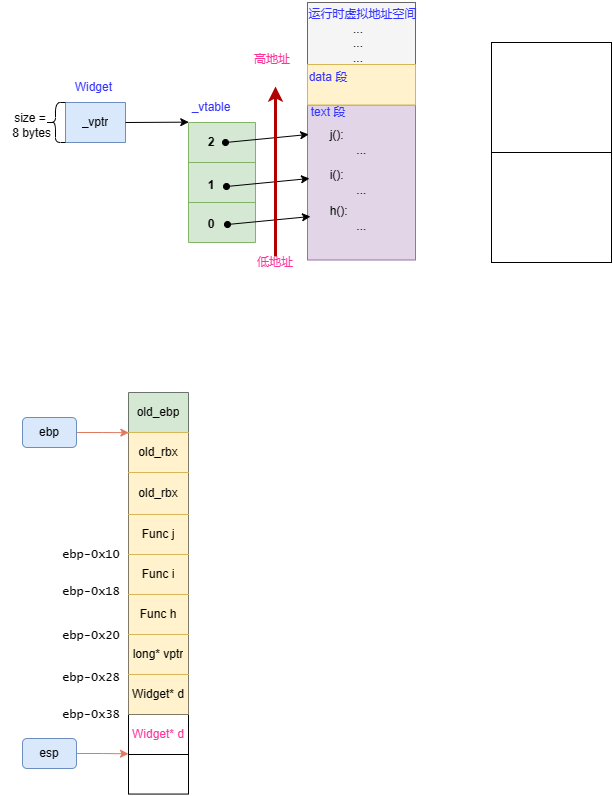
Before: C++对象模型/C++_虚函数表的存储什么.drawio.png, a diagram exported from draw.io (SixPlusAndTimes/drawio). Source tidied: cells renumbered, new cells last; positions are measured from the earlier drawing's top-left corner, leaving out a move shared by most shapes.
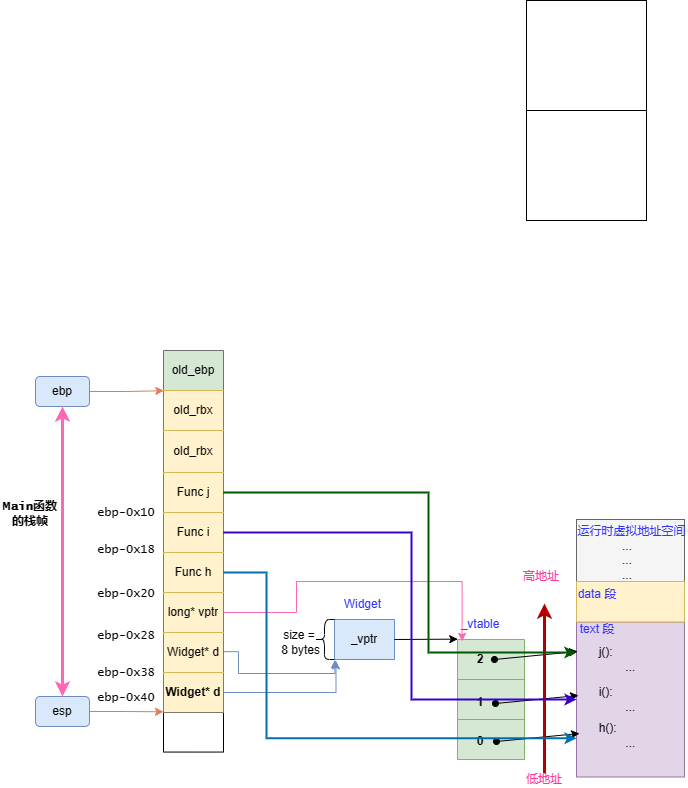
After the change.

Commit message:
更新C++_虚函数表的存储什么.drawio.png

The edit, as a diff of the source:
```diff
@@ -3,7 +3,7 @@
     <mxCell id="0" />
     <mxCell id="1" parent="0" />
     <mxCell id="2" style="group;" parent="1" vertex="1">
-      <mxGeometry x="491" y="42" width="120" height="220" as="geometry" />
+      <mxGeometry x="257" y="-517" width="120" height="220" as="geometry" />
     </mxCell>
     <mxCell id="3" style="rounded=0;whiteSpace=wrap;html=1;" parent="2" vertex="1">
       <mxGeometry width="120" height="220" as="geometry" />
@@ -124,8 +124,17 @@
     <mxCell id="38" value="&lt;div style=&quot;text-align: left;&quot;&gt;&lt;font color=&quot;#000000&quot;&gt;&lt;b&gt;2&lt;/b&gt;&lt;/font&gt;&lt;/div&gt;" style="text;html=1;strokeColor=none;fillColor=none;align=center;verticalAlign=middle;whiteSpace=wrap;rounded=0;fontColor=#3333FF;" parent="1" vertex="1">
       <mxGeometry x="181" y="127" width="60" height="30" as="geometry" />
     </mxCell>
+    <mxCell id="69" style="edgeStyle=orthogonalEdgeStyle;rounded=0;jettySize=auto;html=1;exitX=1;exitY=0.75;exitDx=0;exitDy=0;entryX=0.007;entryY=1.007;entryDx=0;entryDy=0;entryPerimeter=0;strokeColor=#6c8ebf;strokeWidth=1;fontFamily=Lucida Console;fontSize=12;fontColor=#000000;fillColor=#dae8fc;" parent="1" edge="1" source="39" target="6">
+      <mxGeometry relative="1" as="geometry">
+        <Array as="points">
+          <mxPoint x="-31" y="134" />
+          <mxPoint x="-31" y="156" />
+          <mxPoint x="65" y="156" />
+        </Array>
+      </mxGeometry>
+    </mxCell>
     <mxCell id="39" style="shape=table;startSize=0;fontSize=11;" parent="1" vertex="1">
-      <mxGeometry x="128" y="392" width="60" height="401.6" as="geometry" />
+      <mxGeometry x="-106" y="-167" width="60" height="401.6" as="geometry" />
     </mxCell>
     <mxCell id="40" style="shape=tableRow;horizontal=0;startSize=0;swimlaneHead=0;swimlaneBody=0;strokeColor=inherit;top=0;left=0;bottom=0;right=0;fillColor=none;fontSize=11;fontColor=#FF3399;" parent="39" vertex="1">
       <mxGeometry width="60" height="40" as="geometry" />
@@ -178,7 +187,7 @@
     <mxCell id="56" style="shape=tableRow;horizontal=0;startSize=0;swimlaneHead=0;swimlaneBody=0;strokeColor=inherit;top=0;left=0;bottom=0;right=0;fillColor=none;points=[[0,0.5],[1,0.5]];portConstraint=eastwest;fontSize=11;fontColor=#FF3399;" parent="39" vertex="1">
       <mxGeometry y="322" width="60" height="40" as="geometry" />
     </mxCell>
-    <mxCell id="57" value="Widget* d" style="shape=partialRectangle;html=1;whiteSpace=wrap;strokeColor=inherit;overflow=hidden;fillColor=none;top=0;left=0;bottom=0;right=0;fontSize=11;fontColor=#FF3399;" parent="56" vertex="1">
+    <mxCell id="57" value="&lt;b&gt;Widget* d&lt;/b&gt;" style="shape=partialRectangle;html=1;whiteSpace=wrap;strokeColor=#d6b656;overflow=hidden;fillColor=#fff2cc;top=1;left=0;bottom=0;right=0;fontSize=11;" parent="56" vertex="1">
       <mxGeometry width="60" height="40" as="geometry" />
     </mxCell>
     <mxCell id="58" style="shape=tableRow;horizontal=0;startSize=0;swimlaneHead=0;swimlaneBody=0;strokeColor=inherit;top=0;left=0;bottom=0;right=0;fillColor=none;fontSize=11;fontColor=#FF3399;" parent="39" vertex="1">
@@ -189,34 +198,79 @@
     </mxCell>
     <mxCell id="60" style="edgeStyle=orthogonalEdgeStyle;rounded=0;jettySize=auto;html=1;exitX=1;exitY=0.5;exitDx=0;exitDy=0;entryX=0.006;entryY=0.203;entryDx=0;entryDy=0;entryPerimeter=0;strokeColor=#E07A5F;fontFamily=Lucida Console;fontSize=12;fontColor=#000000;fillColor=#F2CC8F;" parent="1" edge="1" source="61">
       <mxGeometry relative="1" as="geometry">
-        <mxPoint x="128.4" y="432.2" as="targetPoint" />
+        <mxPoint x="-105.6" y="-126.8" as="targetPoint" />
       </mxGeometry>
     </mxCell>
     <mxCell id="61" value="ebp" style="rounded=1;whiteSpace=wrap;html=1;strokeColor=#6c8ebf;fontSize=11;fillColor=#dae8fc;" parent="1" vertex="1">
-      <mxGeometry x="22" y="417" width="54" height="30" as="geometry" />
+      <mxGeometry x="-234" y="-141" width="54" height="30" as="geometry" />
     </mxCell>
     <mxCell id="62" style="edgeStyle=orthogonalEdgeStyle;rounded=0;jettySize=auto;html=1;exitX=1;exitY=0.5;exitDx=0;exitDy=0;entryX=0.069;entryY=0.033;entryDx=0;entryDy=0;entryPerimeter=0;strokeColor=#E07A5F;fontFamily=Lucida Console;fontSize=12;fontColor=#000000;fillColor=#F2CC8F;" parent="1" edge="1" source="63">
       <mxGeometry relative="1" as="geometry">
-        <mxPoint x="128" y="753.3" as="targetPoint" />
+        <mxPoint x="-106" y="194.3" as="targetPoint" />
       </mxGeometry>
     </mxCell>
     <mxCell id="63" value="esp" style="rounded=1;whiteSpace=wrap;html=1;strokeColor=#6c8ebf;fontSize=11;fillColor=#dae8fc;" parent="1" vertex="1">
-      <mxGeometry x="22" y="738" width="54" height="30" as="geometry" />
+      <mxGeometry x="-234" y="179" width="54" height="30" as="geometry" />
     </mxCell>
     <mxCell id="64" value="&lt;span style=&quot;color: rgb(0, 0, 0); font-size: 11px; font-style: normal; font-variant-ligatures: normal; font-variant-caps: normal; font-weight: 400; letter-spacing: normal; orphans: 2; text-align: center; text-indent: 0px; text-transform: none; widows: 2; word-spacing: 0px; -webkit-text-stroke-width: 0px; background-color: rgb(255, 255, 255); text-decoration-thickness: initial; text-decoration-style: initial; text-decoration-color: initial; float: none; display: inline !important;&quot;&gt;ebp-0x38&lt;/span&gt;" style="text;whiteSpace=wrap;html=1;fontSize=12;fontFamily=Lucida Console;fontColor=#000000;" parent="1" vertex="1">
-      <mxGeometry x="60" y="701" width="78" height="37" as="geometry" />
+      <mxGeometry x="-174" y="142" width="78" height="37" as="geometry" />
     </mxCell>
     <mxCell id="65" value="ebp-0x28" style="text;whiteSpace=wrap;html=1;fontSize=12;fontFamily=Lucida Console;fontColor=#000000;" parent="1" vertex="1">
-      <mxGeometry x="60" y="664" width="78" height="37" as="geometry" />
+      <mxGeometry x="-174" y="105" width="78" height="37" as="geometry" />
     </mxCell>
     <mxCell id="66" value="ebp-0x20" style="text;whiteSpace=wrap;html=1;fontSize=12;fontFamily=Lucida Console;fontColor=#000000;" parent="1" vertex="1">
-      <mxGeometry x="60" y="622" width="78" height="37" as="geometry" />
+      <mxGeometry x="-174" y="63" width="78" height="37" as="geometry" />
     </mxCell>
     <mxCell id="67" value="ebp-0x18" style="text;whiteSpace=wrap;html=1;fontSize=12;fontFamily=Lucida Console;fontColor=#000000;" parent="1" vertex="1">
-      <mxGeometry x="60" y="578" width="78" height="37" as="geometry" />
+      <mxGeometry x="-174" y="19" width="78" height="37" as="geometry" />
     </mxCell>
     <mxCell id="68" value="ebp-0x10" style="text;whiteSpace=wrap;html=1;fontSize=12;fontFamily=Lucida Console;fontColor=#000000;" parent="1" vertex="1">
-      <mxGeometry x="60" y="541" width="78" height="37" as="geometry" />
+      <mxGeometry x="-174" y="-18" width="78" height="37" as="geometry" />
     </mxCell>
+    <mxCell id="70" value="&lt;span style=&quot;color: rgb(0, 0, 0); font-size: 11px; font-style: normal; font-variant-ligatures: normal; font-variant-caps: normal; font-weight: 400; letter-spacing: normal; orphans: 2; text-align: center; text-indent: 0px; text-transform: none; widows: 2; word-spacing: 0px; -webkit-text-stroke-width: 0px; background-color: rgb(255, 255, 255); text-decoration-thickness: initial; text-decoration-style: initial; text-decoration-color: initial; float: none; display: inline !important;&quot;&gt;ebp-0x40&lt;/span&gt;" style="text;whiteSpace=wrap;html=1;fontSize=12;fontFamily=Lucida Console;fontColor=#000000;" parent="1" vertex="1">
+      <mxGeometry x="-174" y="167" width="78" height="37" as="geometry" />
+    </mxCell>
+    <mxCell id="71" style="endArrow=classic;startArrow=classic;html=1;rounded=0;strokeColor=#FF66B3;fontFamily=Lucida Console;fontSize=12;fontColor=#000000;fillColor=#F2CC8F;entryX=0.5;entryY=1;entryDx=0;entryDy=0;exitX=0.5;exitY=0;exitDx=0;exitDy=0;strokeWidth=3;" parent="1" edge="1" source="63" target="61">
+      <mxGeometry relative="1" as="geometry" />
+    </mxCell>
+    <mxCell id="72" value="&lt;b&gt;Main函数的栈帧&lt;/b&gt;" style="text;html=1;strokeColor=none;fillColor=none;align=center;verticalAlign=middle;whiteSpace=wrap;rounded=0;fontSize=12;fontFamily=Lucida Console;fontColor=#000000;" parent="1" vertex="1">
+      <mxGeometry x="-269" y="-18" width="60" height="30" as="geometry" />
+    </mxCell>
+    <mxCell id="73" style="edgeStyle=orthogonalEdgeStyle;rounded=0;jettySize=auto;html=1;exitX=1;exitY=0.5;exitDx=0;exitDy=0;entryX=1.073;entryY=1.034;entryDx=0;entryDy=0;entryPerimeter=0;strokeColor=#6c8ebf;strokeWidth=1;fontFamily=Lucida Console;fontSize=12;fontColor=#000000;fillColor=#dae8fc;" parent="1" edge="1" source="56" target="31">
+      <mxGeometry relative="1" as="geometry" />
+    </mxCell>
+    <mxCell id="74" style="edgeStyle=orthogonalEdgeStyle;rounded=0;jettySize=auto;html=1;exitX=1;exitY=0.5;exitDx=0;exitDy=0;entryX=0.069;entryY=0.046;entryDx=0;entryDy=0;entryPerimeter=0;strokeColor=#FF66B3;strokeWidth=1;fontFamily=Lucida Console;fontSize=12;fontColor=#000000;fillColor=#F2CC8F;" parent="1" edge="1" source="52" target="10">
+      <mxGeometry relative="1" as="geometry">
+        <Array as="points">
+          <mxPoint x="27" y="95" />
+          <mxPoint x="27" y="64" />
+          <mxPoint x="193" y="64" />
+        </Array>
+      </mxGeometry>
+    </mxCell>
+    <mxCell id="75" style="edgeStyle=orthogonalEdgeStyle;rounded=0;jettySize=auto;html=1;exitX=1;exitY=0.5;exitDx=0;exitDy=0;entryX=0;entryY=0.75;entryDx=0;entryDy=0;strokeColor=#006EAF;strokeWidth=2;fontFamily=Lucida Console;fontSize=12;fontColor=#000000;fillColor=#1ba1e2;" parent="1" edge="1" source="50" target="19">
+      <mxGeometry relative="1" as="geometry">
+        <Array as="points">
+          <mxPoint x="-3" y="55" />
+          <mxPoint x="-3" y="221" />
+        </Array>
+      </mxGeometry>
+    </mxCell>
+    <mxCell id="76" style="edgeStyle=orthogonalEdgeStyle;rounded=0;jettySize=auto;html=1;exitX=1;exitY=0.5;exitDx=0;exitDy=0;entryX=0;entryY=0.5;entryDx=0;entryDy=0;strokeColor=#3700CC;strokeWidth=2;fontFamily=Lucida Console;fontSize=12;fontColor=#000000;fillColor=#6a00ff;" parent="1" edge="1" source="48" target="19">
+      <mxGeometry relative="1" as="geometry">
+        <Array as="points">
+          <mxPoint x="142" y="15" />
+          <mxPoint x="142" y="182" />
+        </Array>
+      </mxGeometry>
+    </mxCell>
+    <mxCell id="77" style="edgeStyle=orthogonalEdgeStyle;rounded=0;jettySize=auto;html=1;exitX=1;exitY=0.5;exitDx=0;exitDy=0;entryX=-0.002;entryY=0.197;entryDx=0;entryDy=0;entryPerimeter=0;strokeColor=#005700;strokeWidth=2;fontFamily=Lucida Console;fontSize=12;fontColor=#000000;fillColor=#008a00;" parent="1" edge="1" source="46" target="19">
+      <mxGeometry relative="1" as="geometry">
+        <Array as="points">
+          <mxPoint x="159" y="-25" />
+          <mxPoint x="159" y="135" />
+        </Array>
+      </mxGeometry>
+    </mxCell>
   </root>
 </mxGraphModel>
```
